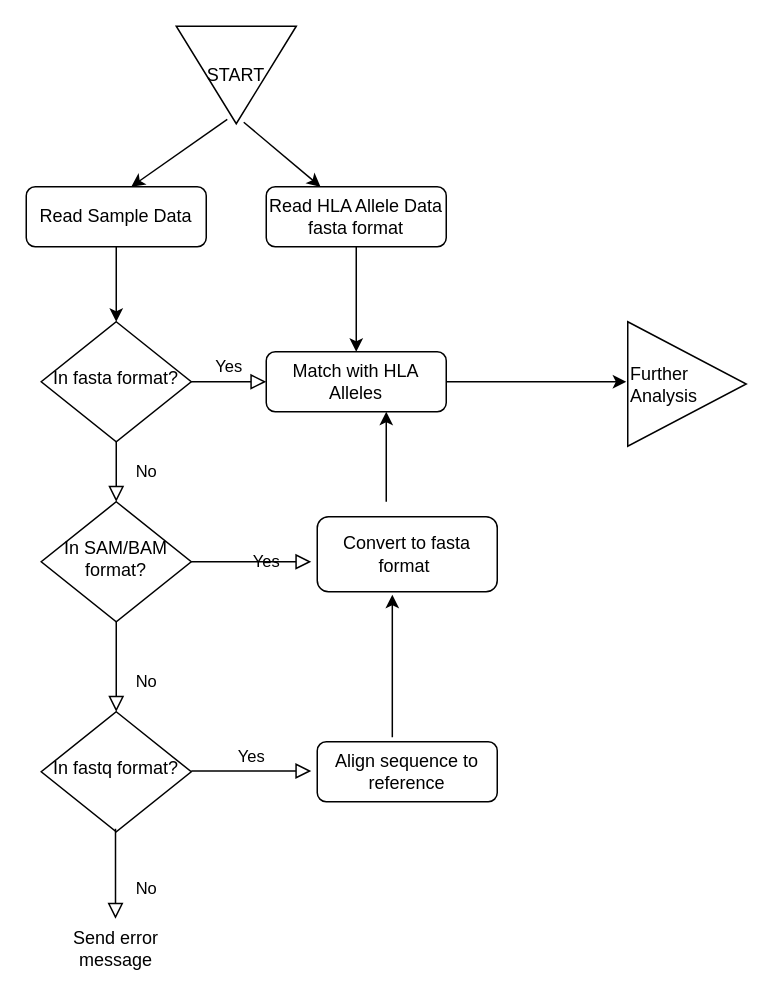
Earlier version of the draw.io diagram Design_Documents/Workflow.drawio (leddavis/HLA_DNA_Typing). Source tidied: cells renumbered, new cells numbered last; positions are measured from the earlier drawing's top-left corner, leaving out a move shared by most shapes. Both pictures are drawn from the tidied source at 150%, with x=0, y=0 at pixel (26, 26).
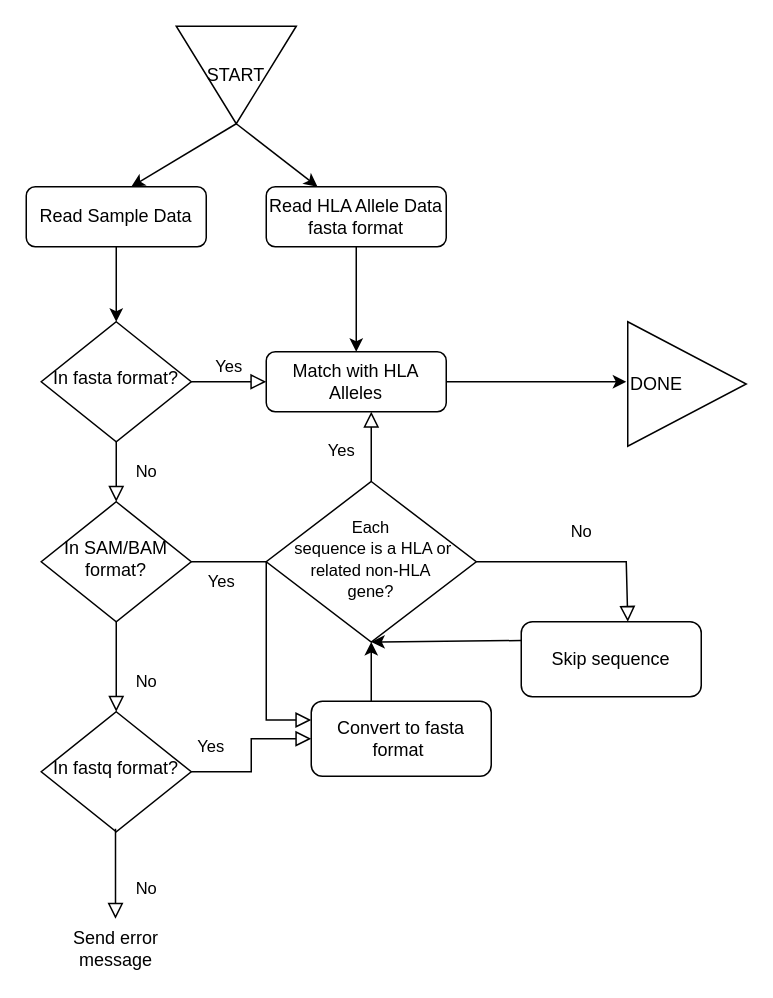
Above is the later version.

The change refers to these unchanged cells:
```xml
<mxCell id="6" value="Match with HLA Alleles" style="rounded=1;whiteSpace=wrap;html=1;fontSize=12;glass=0;strokeWidth=1;shadow=0;" parent="1" vertex="1">
  <mxGeometry x="160" y="217" width="120" height="40" as="geometry" />
</mxCell>
<mxCell id="9" value="In SAM/BAM format?" style="rhombus;whiteSpace=wrap;html=1;shadow=0;fontFamily=Helvetica;fontSize=12;align=center;strokeWidth=1;spacing=6;spacingTop=-4;" parent="1" vertex="1">
  <mxGeometry x="10" y="317" width="100" height="80" as="geometry" />
</mxCell>
<mxCell id="11" value="Read HLA Allele Data&lt;br&gt;fasta format" style="rounded=1;whiteSpace=wrap;html=1;fontSize=12;glass=0;strokeWidth=1;shadow=0;" parent="1" vertex="1">
  <mxGeometry x="160" y="107" width="120" height="40" as="geometry" />
</mxCell>
<mxCell id="12" value="In fastq format?" style="rhombus;whiteSpace=wrap;html=1;shadow=0;fontFamily=Helvetica;fontSize=12;align=center;strokeWidth=1;spacing=6;spacingTop=-4;" parent="1" vertex="1">
  <mxGeometry x="10" y="457" width="100" height="80" as="geometry" />
</mxCell>
<mxCell id="21" value="START" style="triangle;whiteSpace=wrap;html=1;direction=south;" parent="1" vertex="1">
  <mxGeometry x="100" width="80" height="65" as="geometry" />
</mxCell>
```

Diff of the diagram source:
```diff
@@
-    <mxCell id="8" value="Yes" style="edgeStyle=orthogonalEdgeStyle;rounded=0;html=1;jettySize=auto;fontSize=11;endArrow=block;endFill=0;endSize=8;strokeWidth=1;shadow=0;labelBackgroundColor=none;" parent="1" edge="1" source="9">
-      <mxGeometry y="10" relative="1" as="geometry">
-        <mxPoint x="190" y="357" as="targetPoint" />
+    <mxCell id="8" value="Yes" style="edgeStyle=orthogonalEdgeStyle;rounded=0;html=1;jettySize=auto;fontSize=11;endArrow=block;endFill=0;endSize=8;strokeWidth=1;shadow=0;labelBackgroundColor=none;entryX=0;entryY=0.25;entryDx=0;entryDy=0;" parent="1" edge="1" source="9" target="13">
+      <mxGeometry x="-0.78" y="-13" relative="1" as="geometry">
+        <Array as="points">
+          <mxPoint x="160" y="357" />
+          <mxPoint x="160" y="463" />
+        </Array>
       </mxGeometry>
     </mxCell>
@@
-    <mxCell id="10" value="Align sequence to reference" style="rounded=1;whiteSpace=wrap;html=1;fontSize=12;glass=0;strokeWidth=1;shadow=0;" parent="1" vertex="1">
-      <mxGeometry x="194" y="477" width="120" height="40" as="geometry" />
-    </mxCell>
@@
     <mxCell id="13" value="Convert to fasta format&amp;nbsp;" style="rounded=1;whiteSpace=wrap;html=1;fontSize=12;glass=0;strokeWidth=1;shadow=0;" parent="1" vertex="1">
-      <mxGeometry x="194" y="327" width="120" height="50" as="geometry" />
+      <mxGeometry x="190" y="450" width="120" height="50" as="geometry" />
     </mxCell>
-    <mxCell id="14" value="Yes" style="edgeStyle=orthogonalEdgeStyle;rounded=0;html=1;jettySize=auto;orthogonalLoop=1;fontSize=11;endArrow=block;endFill=0;endSize=8;strokeWidth=1;shadow=0;labelBackgroundColor=none;" parent="1" edge="1">
-      <mxGeometry y="10" relative="1" as="geometry">
-        <mxPoint x="110" y="496.5" as="sourcePoint" />
-        <mxPoint x="190" y="496.5" as="targetPoint" />
+    <mxCell id="14" value="Yes" style="edgeStyle=orthogonalEdgeStyle;rounded=0;html=1;jettySize=auto;fontSize=11;endArrow=block;endFill=0;endSize=8;strokeWidth=1;shadow=0;labelBackgroundColor=none;entryX=0;entryY=0.5;entryDx=0;entryDy=0;exitX=1;exitY=0.5;exitDx=0;exitDy=0;" parent="1" edge="1" source="12" target="13">
+      <mxGeometry x="-0.74" y="17" relative="1" as="geometry">
+        <Array as="points">
+          <mxPoint x="150" y="497" />
+          <mxPoint x="150" y="475" />
+        </Array>
       </mxGeometry>
     </mxCell>
-    <mxCell id="15" style="endArrow=classic;html=1;rounded=0;entryX=0.417;entryY=1.04;entryDx=0;entryDy=0;exitX=0.417;exitY=-0.075;exitDx=0;exitDy=0;exitPerimeter=0;entryPerimeter=0;" parent="1" edge="1" source="10" target="13">
-      <mxGeometry relative="1" as="geometry" />
-    </mxCell>
-    <mxCell id="16" style="endArrow=classic;html=1;rounded=0;" parent="1" edge="1">
+    <mxCell id="16" style="endArrow=classic;html=1;rounded=0;entryX=0.5;entryY=1;entryDx=0;entryDy=0;" parent="1" edge="1" target="28">
       <mxGeometry relative="1" as="geometry">
-        <mxPoint x="240" y="317" as="sourcePoint" />
-        <mxPoint x="240" y="257" as="targetPoint" />
+        <mxPoint x="230" y="450" as="sourcePoint" />
       </mxGeometry>
     </mxCell>
@@
-    <mxCell id="20" value="Further Analysis" style="triangle;whiteSpace=wrap;html=1;align=left;" parent="1" vertex="1">
+    <mxCell id="20" value="DONE" style="triangle;whiteSpace=wrap;html=1;align=left;" parent="1" vertex="1">
       <mxGeometry x="401" y="197" width="79" height="83" as="geometry" />
     </mxCell>
@@
-    <mxCell id="22" style="endArrow=classic;html=1;rounded=0;exitX=0.954;exitY=0.575;exitDx=0;exitDy=0;exitPerimeter=0;" parent="1" edge="1" source="21">
+    <mxCell id="22" style="endArrow=classic;html=1;rounded=0;exitX=1;exitY=0.5;exitDx=0;exitDy=0;" parent="1" edge="1" source="21">
       <mxGeometry relative="1" as="geometry">
         <mxPoint x="70" y="107" as="targetPoint" />
       </mxGeometry>
     </mxCell>
-    <mxCell id="23" style="endArrow=classic;html=1;rounded=0;" parent="1" edge="1" target="11">
-      <mxGeometry relative="1" as="geometry">
-        <mxPoint x="145" y="64" as="sourcePoint" />
-      </mxGeometry>
+    <mxCell id="23" style="endArrow=classic;html=1;rounded=0;exitX=1;exitY=0.5;exitDx=0;exitDy=0;" parent="1" edge="1" source="21" target="11">
+      <mxGeometry relative="1" as="geometry" />
     </mxCell>
@@
+    <mxCell id="26" value="No" style="rounded=0;html=1;jettySize=auto;fontSize=11;endArrow=block;endFill=0;endSize=8;strokeWidth=1;shadow=0;labelBackgroundColor=none;edgeStyle=orthogonalEdgeStyle;exitX=1;exitY=0.5;exitDx=0;exitDy=0;entryX=0.592;entryY=0;entryDx=0;entryDy=0;entryPerimeter=0;" parent="1" edge="1" source="28" target="27">
+      <mxGeometry y="20" relative="1" as="geometry">
+        <Array as="points">
+          <mxPoint x="400" y="357" />
+        </Array>
+      </mxGeometry>
+    </mxCell>
+    <mxCell id="27" value="Skip sequence" style="rounded=1;whiteSpace=wrap;html=1;fontSize=12;glass=0;strokeWidth=1;shadow=0;" parent="1" vertex="1">
+      <mxGeometry x="330" y="397" width="120" height="50" as="geometry" />
+    </mxCell>
+    <mxCell id="28" value="&lt;font style=&quot;font-size: 11px;&quot;&gt;Each&lt;br&gt;&amp;nbsp;sequence is a HLA or related non-HLA &lt;br&gt;gene?&lt;/font&gt;" style="rhombus;whiteSpace=wrap;html=1;shadow=0;fontFamily=Helvetica;fontSize=12;align=center;strokeWidth=1;spacing=6;spacingTop=-4;" parent="1" vertex="1">
+      <mxGeometry x="160" y="303.5" width="140" height="107" as="geometry" />
+    </mxCell>
+    <mxCell id="29" value="Yes" style="rounded=0;html=1;jettySize=auto;fontSize=11;endArrow=block;endFill=0;endSize=8;strokeWidth=1;shadow=0;labelBackgroundColor=none;edgeStyle=orthogonalEdgeStyle;exitX=0.5;exitY=0;exitDx=0;exitDy=0;" parent="1" edge="1" source="28" target="6">
+      <mxGeometry x="-0.1" y="20" relative="1" as="geometry">
+        <Array as="points">
+          <mxPoint x="230" y="270" />
+          <mxPoint x="230" y="270" />
+        </Array>
+      </mxGeometry>
+    </mxCell>
+    <mxCell id="30" style="endArrow=classic;html=1;rounded=0;entryX=0.5;entryY=1;entryDx=0;entryDy=0;exitX=0;exitY=0.25;exitDx=0;exitDy=0;" parent="1" edge="1" source="27" target="28">
+      <mxGeometry relative="1" as="geometry" />
+    </mxCell>
```
